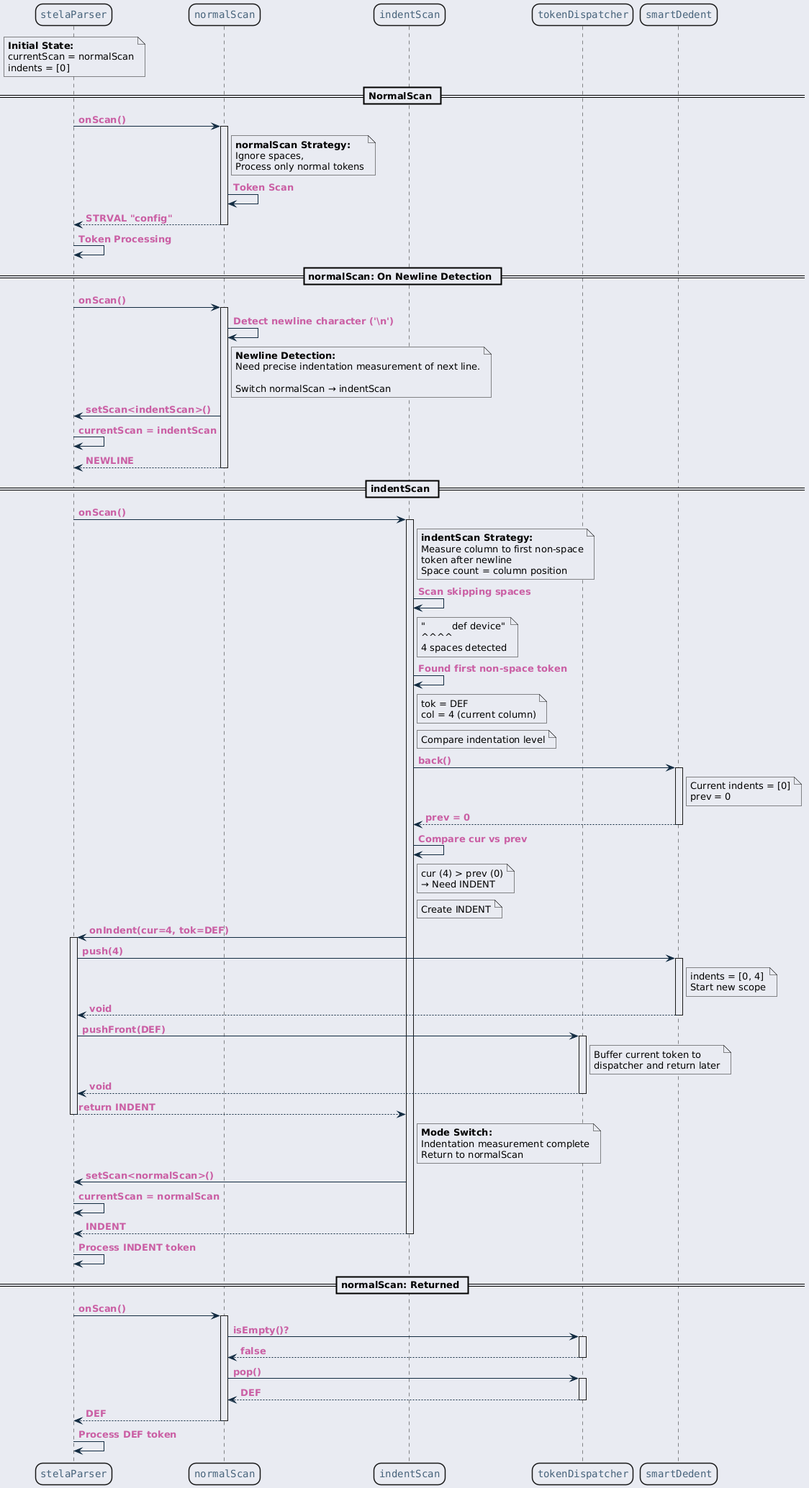
The PlantUML diagram ref/generated/ko/inline_umlgraph_17.png in byeolang/website, before a commit. Source of this version:
```plantuml
@startuml inline_umlgraph_17.png
<style>
  root {
    BackGroundColor: #E9EBF2;
  }
  class, node, object, participant, actor, boundary, control, entity, database, collections, queue {
    LineThickness: 1.5;
    HorizontalAlignment center;
    FontColor: #47637b;
    FontSize: 14;
    FontName: "Courier";
    RoundCorner: 20;
  }
  arrow {
    LineColor: #112a40;
    FontColor: #ca5fa4;
    FontStyle: "bold"
  }
  visibilityIcon {
    protected {
      LineColor DarkGoldenRod
      BackgroundColor DarkGoldenRod
    }
}
</style>
participant "stelaParser" as parser
participant "normalScan" as normalScan
participant "indentScan" as indentScan
participant "tokenDispatcher" as dispatcher
participant "smartDedent" as smartDedent

note over parser
  <b>Initial State:</b>
  currentScan = normalScan
  indents = [0]
end note

== NormalScan ==

parser -> normalScan : onScan()
activate normalScan

note right of normalScan
  <b>normalScan Strategy:</b>
  Ignore spaces,
  Process only normal tokens
end note

normalScan -> normalScan : Token Scan
normalScan --> parser : STRVAL "config"
deactivate normalScan

parser -> parser : Token Processing

== normalScan: On Newline Detection ==

parser -> normalScan : onScan()
activate normalScan

normalScan -> normalScan : Detect newline character ('\\n')

note right of normalScan
  <b>Newline Detection:</b>
  Need precise indentation measurement of next line.

  Switch normalScan → indentScan
end note

normalScan -> parser : setScan<indentScan>()
parser -> parser : currentScan = indentScan

normalScan --> parser : NEWLINE
deactivate normalScan

== indentScan ==

parser -> indentScan : onScan()
activate indentScan

note right of indentScan
  <b>indentScan Strategy:</b>
  Measure column to first non-space
  token after newline
  Space count = column position
end note

indentScan -> indentScan : Scan skipping spaces
note right of indentScan
  "         def device"
  ^^^^
  4 spaces detected
end note

indentScan -> indentScan : Found first non-space token
note right of indentScan
  tok = DEF
  col = 4 (current column)
end note

note right of indentScan: Compare indentation level

indentScan -> smartDedent : back()
activate smartDedent

note right of smartDedent
  Current indents = [0]
  prev = 0
end note

smartDedent --> indentScan : prev = 0
deactivate smartDedent

indentScan -> indentScan : Compare cur vs prev
note right of indentScan
  cur (4) > prev (0)
  → Need INDENT
end note

note right of indentScan: Create INDENT

indentScan -> parser : onIndent(cur=4, tok=DEF)
activate parser

parser -> smartDedent : push(4)
activate smartDedent

note right of smartDedent
  indents = [0, 4]
  Start new scope
end note

smartDedent --> parser : void
deactivate smartDedent

parser -> dispatcher : pushFront(DEF)
activate dispatcher

note right of dispatcher
  Buffer current token to
  dispatcher and return later
end note

dispatcher --> parser : void
deactivate dispatcher

parser --> indentScan : return INDENT
deactivate parser

note right of indentScan
  <b>Mode Switch:</b>
  Indentation measurement complete
  Return to normalScan
end note

indentScan -> parser : setScan<normalScan>()
parser -> parser : currentScan = normalScan

indentScan --> parser : INDENT
deactivate indentScan

parser -> parser : Process INDENT token

== normalScan: Returned ==

parser -> normalScan : onScan()
activate normalScan

normalScan -> dispatcher : isEmpty()?
activate dispatcher
dispatcher --> normalScan : false
deactivate dispatcher

normalScan -> dispatcher : pop()
activate dispatcher
dispatcher --> normalScan : DEF
deactivate dispatcher

normalScan --> parser : DEF
deactivate normalScan

parser -> parser : Process DEF token
@enduml
```
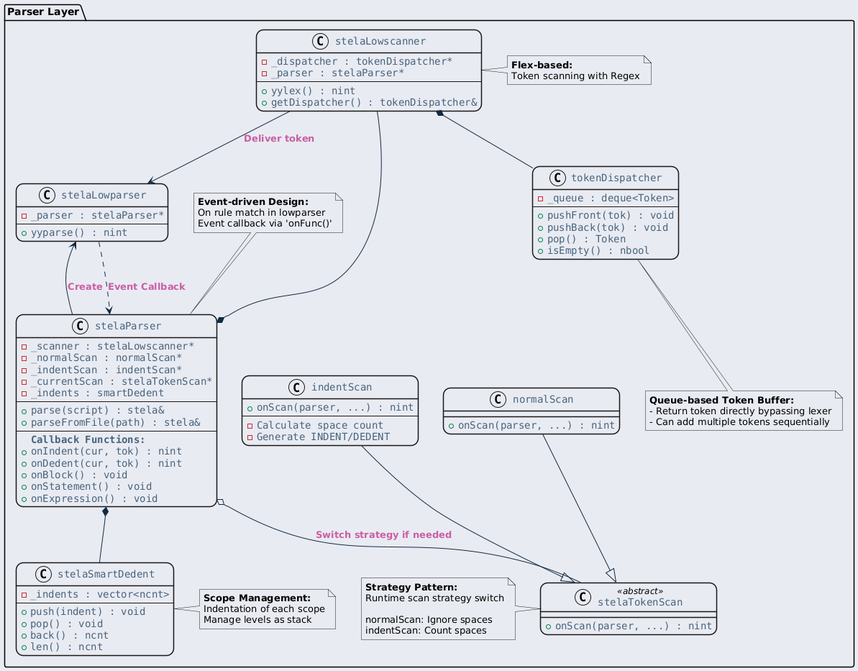
Above is the later version.

What changed in the source:
```diff
@@ -23,160 +23,113 @@
     }
 }
 </style>
-participant "stelaParser" as parser
-participant "normalScan" as normalScan
-participant "indentScan" as indentScan
-participant "tokenDispatcher" as dispatcher
-participant "smartDedent" as smartDedent
+package "Parser Layer" {
+    class "stelaParser" as stelaParser {
+        - _scanner : stelaLowscanner*
+        - _normalScan : normalScan*
+        - _indentScan : indentScan*
+        - _currentScan : stelaTokenScan*
+        - _indents : smartDedent
+        ---
+        + parse(script) : stela&
+        + parseFromFile(path) : stela&
+        ---
+        <b>Callback Functions:</b>
+        + onIndent(cur, tok) : nint
+        + onDedent(cur, tok) : nint
+        + onBlock() : void
+        + onStatement() : void
+        + onExpression() : void
+    }
 
-note over parser
-  <b>Initial State:</b>
-  currentScan = normalScan
-  indents = [0]
-end note
+    class "stelaLowscanner" as scanner {
+        - _dispatcher : tokenDispatcher*
+        - _parser : stelaParser*
+        ---
+        + yylex() : nint
+        + getDispatcher() : tokenDispatcher&
+    }
 
-== NormalScan ==
+    class "stelaLowparser" as parser {
+        - _parser : stelaParser*
+        ---
+        + yyparse() : nint
+    }
 
-parser -> normalScan : onScan()
-activate normalScan
+    class "tokenDispatcher" as dispatcher {
+        - _queue : deque<Token>
+        ---
+        + pushFront(tok) : void
+        + pushBack(tok) : void
+        + pop() : Token
+        + isEmpty() : nbool
+    }
 
-note right of normalScan
-  <b>normalScan Strategy:</b>
-  Ignore spaces,
-  Process only normal tokens
-end note
+    class "stelaTokenScan" as tokenScan <<abstract>> {
+        + onScan(parser, ...) : nint
+    }
 
-normalScan -> normalScan : Token Scan
-normalScan --> parser : STRVAL "config"
-deactivate normalScan
+    class "normalScan" as normalScan {
+        + onScan(parser, ...) : nint
+    }
 
-parser -> parser : Token Processing
+    class "indentScan" as indentScan {
+        + onScan(parser, ...) : nint
+        ---
+        - Calculate space count
+        - Generate INDENT/DEDENT
+    }
 
-== normalScan: On Newline Detection ==
+    class "stelaSmartDedent" as smartDedent {
+        - _indents : vector<ncnt>
+        ---
+        + push(indent) : void
+        + pop() : void
+        + back() : ncnt
+        + len() : ncnt
+    }
 
-parser -> normalScan : onScan()
-activate normalScan
+    note top of stelaParser
+      <b>Event-driven Design:</b>
+      On rule match in lowparser
+      Event callback via 'onFunc()'
+    end note
 
-normalScan -> normalScan : Detect newline character ('\\n')
+    note right of scanner
+      <b>Flex-based:</b>
+      Token scanning with Regex
+    end note
 
-note right of normalScan
-  <b>Newline Detection:</b>
-  Need precise indentation measurement of next line.
+    note bottom of dispatcher
+      <b>Queue-based Token Buffer:</b>
+      - Return token directly bypassing lexer
+      - Can add multiple tokens sequentially
+    end note
 
-  Switch normalScan → indentScan
-end note
+    note left of tokenScan
+      <b>Strategy Pattern:</b>
+      Runtime scan strategy switch
 
-normalScan -> parser : setScan<indentScan>()
-parser -> parser : currentScan = indentScan
+      normalScan: Ignore spaces
+      indentScan: Count spaces
+    end note
 
-normalScan --> parser : NEWLINE
-deactivate normalScan
+    note right of smartDedent
+      <b>Scope Management:</b>
+      Indentation of each scope
+      Manage levels as stack
+    end note
+}
 
-== indentScan ==
+stelaParser *-- scanner
+stelaParser *-- smartDedent
+stelaParser --> parser : Create
+stelaParser o-- tokenScan : Switch strategy if needed
+scanner *-- dispatcher
+scanner --> parser : Deliver token
 
-parser -> indentScan : onScan()
-activate indentScan
+normalScan --|> tokenScan
+indentScan --|> tokenScan
 
-note right of indentScan
-  <b>indentScan Strategy:</b>
-  Measure column to first non-space
-  token after newline
-  Space count = column position
-end note
-
-indentScan -> indentScan : Scan skipping spaces
-note right of indentScan
-  "         def device"
-  ^^^^
-  4 spaces detected
-end note
-
-indentScan -> indentScan : Found first non-space token
-note right of indentScan
-  tok = DEF
-  col = 4 (current column)
-end note
-
-note right of indentScan: Compare indentation level
-
-indentScan -> smartDedent : back()
-activate smartDedent
-
-note right of smartDedent
-  Current indents = [0]
-  prev = 0
-end note
-
-smartDedent --> indentScan : prev = 0
-deactivate smartDedent
-
-indentScan -> indentScan : Compare cur vs prev
-note right of indentScan
-  cur (4) > prev (0)
-  → Need INDENT
-end note
-
-note right of indentScan: Create INDENT
-
-indentScan -> parser : onIndent(cur=4, tok=DEF)
-activate parser
-
-parser -> smartDedent : push(4)
-activate smartDedent
-
-note right of smartDedent
-  indents = [0, 4]
-  Start new scope
-end note
-
-smartDedent --> parser : void
-deactivate smartDedent
-
-parser -> dispatcher : pushFront(DEF)
-activate dispatcher
-
-note right of dispatcher
-  Buffer current token to
-  dispatcher and return later
-end note
-
-dispatcher --> parser : void
-deactivate dispatcher
-
-parser --> indentScan : return INDENT
-deactivate parser
-
-note right of indentScan
-  <b>Mode Switch:</b>
-  Indentation measurement complete
-  Return to normalScan
-end note
-
-indentScan -> parser : setScan<normalScan>()
-parser -> parser : currentScan = normalScan
-
-indentScan --> parser : INDENT
-deactivate indentScan
-
-parser -> parser : Process INDENT token
-
-== normalScan: Returned ==
-
-parser -> normalScan : onScan()
-activate normalScan
-
-normalScan -> dispatcher : isEmpty()?
-activate dispatcher
-dispatcher --> normalScan : false
-deactivate dispatcher
-
-normalScan -> dispatcher : pop()
-activate dispatcher
-dispatcher --> normalScan : DEF
-deactivate dispatcher
-
-normalScan --> parser : DEF
-deactivate normalScan
-
-parser -> parser : Process DEF token
+parser ..> stelaParser : Event Callback
 @enduml
```
